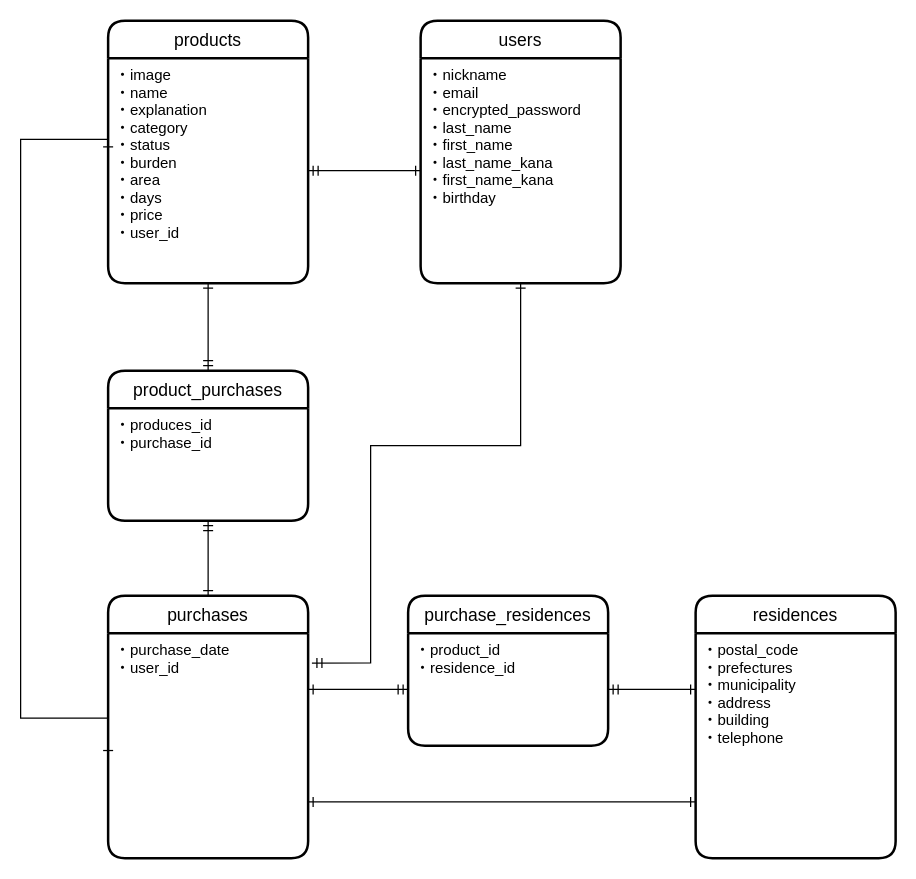
Above: furima.dio in kaito121855/furima-31701 (draw.io), before the change. Source tidied: cells renumbered, new cells numbered last; positions are measured from the earlier drawing's top-left corner, leaving out a move shared by most shapes. Both pictures are drawn from the tidied source at 125%, with x=0, y=0 at pixel (20, 20).
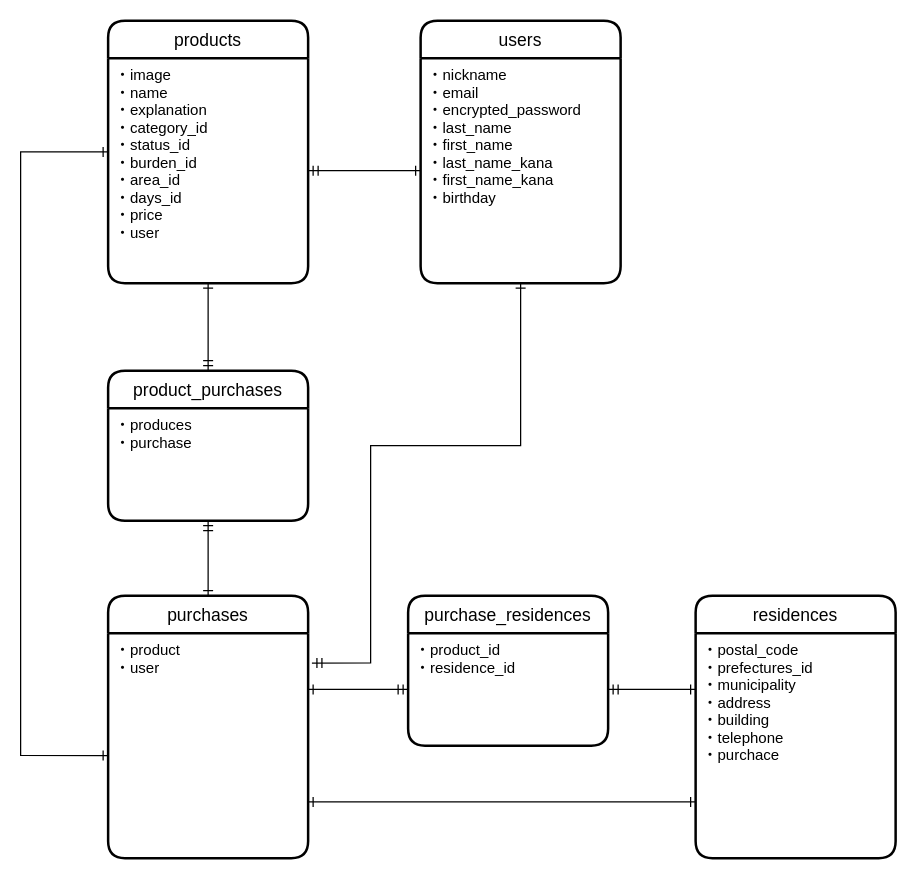
After the change.

Unchanged cells that the change refers to:
```xml
<mxCell id="10" value="purchases" style="swimlane;horizontal=1;startSize=30;rounded=1;fontSize=14;fontStyle=0;strokeWidth=2;shadow=0;dashed=0;align=center;" parent="1" vertex="1">
  <mxGeometry x="70" y="460" width="160" height="210" as="geometry" />
</mxCell>
<mxCell id="15" value="residences" style="swimlane;horizontal=1;startSize=30;rounded=1;fontSize=14;fontStyle=0;strokeWidth=2;shadow=0;dashed=0;align=center;" parent="1" vertex="1">
  <mxGeometry x="540" y="460" width="160" height="210" as="geometry" />
</mxCell>
<mxCell id="17" value="product_purchases" style="swimlane;horizontal=1;startSize=30;rounded=1;fontSize=14;fontStyle=0;strokeWidth=2;shadow=0;dashed=0;align=center;" parent="1" vertex="1">
  <mxGeometry x="70" y="280" width="160" height="120" as="geometry" />
</mxCell>
<mxCell id="20" value="products" style="swimlane;horizontal=1;startSize=30;rounded=1;fontSize=14;fontStyle=0;strokeWidth=2;shadow=0;dashed=0;align=center;" parent="1" vertex="1">
  <mxGeometry x="70" width="160" height="210" as="geometry" />
</mxCell>
```

The edit, as a diff of the source:
```diff
@@
     <mxCell id="7" style="edgeStyle=orthogonalEdgeStyle;rounded=0;jettySize=auto;html=1;exitX=0;exitY=0.5;exitDx=0;exitDy=0;entryX=0;entryY=0.544;entryDx=0;entryDy=0;entryPerimeter=0;startArrow=ERone;startFill=0;endArrow=ERone;endFill=0;" parent="1" edge="1" source="20" target="11">
       <mxGeometry relative="1" as="geometry">
         <Array as="points">
-          <mxPoint y="95" />
-          <mxPoint y="558" />
+          <mxPoint y="105" />
+          <mxPoint y="588" />
         </Array>
       </mxGeometry>
     </mxCell>
@@
-    <mxCell id="11" value="・purchase_date&#10;・user_id&#10;" style="align=left;strokeColor=none;fillColor=none;spacingLeft=4;fontSize=12;verticalAlign=top;" parent="10" vertex="1">
+    <mxCell id="11" value="・product&#10;・user&#10;" style="align=left;strokeColor=none;fillColor=none;spacingLeft=4;fontSize=12;verticalAlign=top;" parent="10" vertex="1">
       <mxGeometry y="30" width="160" height="180" as="geometry" />
     </mxCell>
@@
-    <mxCell id="16" value="・postal_code&#10;・prefectures&#10;・municipality&#10;・address&#10;・building&#10;・telephone&#10;" style="align=left;strokeColor=none;fillColor=none;spacingLeft=4;fontSize=12;verticalAlign=top;" parent="15" vertex="1">
+    <mxCell id="16" value="・postal_code&#10;・prefectures_id&#10;・municipality&#10;・address&#10;・building&#10;・telephone&#10;・purchace&#10;" style="align=left;strokeColor=none;fillColor=none;spacingLeft=4;fontSize=12;verticalAlign=top;" parent="15" vertex="1">
       <mxGeometry y="30" width="160" height="180" as="geometry" />
     </mxCell>
@@
-    <mxCell id="18" value="・produces_id&#10;・purchase_id&#10;" style="align=left;strokeColor=none;fillColor=none;spacingLeft=4;fontSize=12;verticalAlign=top;" parent="17" vertex="1">
+    <mxCell id="18" value="・produces&#10;・purchase&#10;" style="align=left;strokeColor=none;fillColor=none;spacingLeft=4;fontSize=12;verticalAlign=top;" parent="17" vertex="1">
       <mxGeometry y="30" width="160" height="90" as="geometry" />
     </mxCell>
@@
-    <mxCell id="21" value="・image&#10;・name&#10;・explanation&#10;・category&#10;・status&#10;・burden&#10;・area&#10;・days&#10;・price&#10;・user_id&#10;" style="align=left;strokeColor=none;fillColor=none;spacingLeft=4;fontSize=12;verticalAlign=top;" parent="20" vertex="1">
+    <mxCell id="21" value="・image&#10;・name&#10;・explanation&#10;・category_id&#10;・status_id&#10;・burden_id&#10;・area_id&#10;・days_id&#10;・price&#10;・user&#10;" style="align=left;strokeColor=none;fillColor=none;spacingLeft=4;fontSize=12;verticalAlign=top;" parent="20" vertex="1">
       <mxGeometry y="30" width="160" height="180" as="geometry" />
     </mxCell>
```
